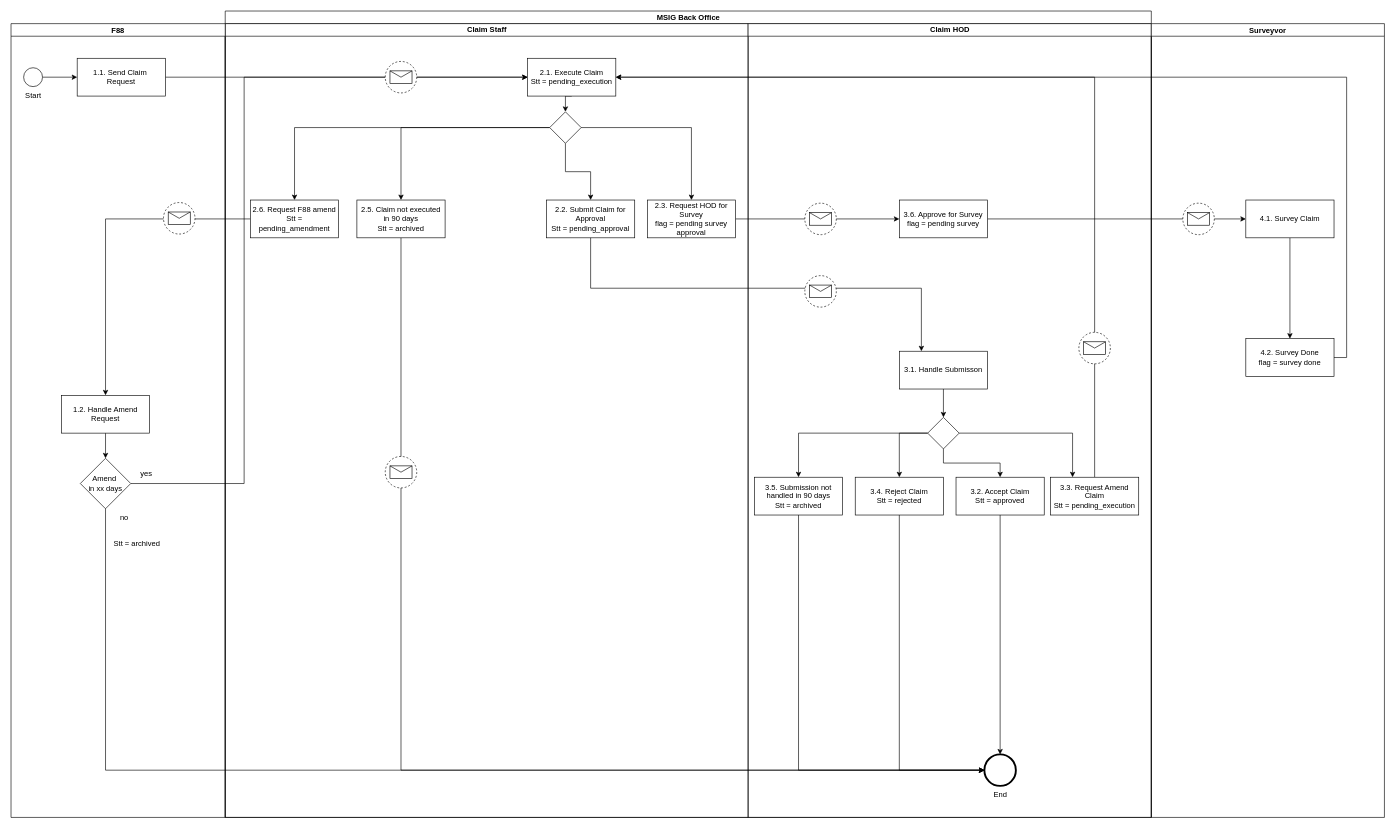
The draw.io diagram Copy of Untitled Diagram.drawio in Chris-25/Book, before the edit. Source tidied: cells renumbered, new cells numbered last; positions are measured from the earlier drawing's top-left corner, leaving out a move shared by most shapes. Both pictures are drawn from the tidied source at 63%, with x=0, y=0 at pixel (11, 11).
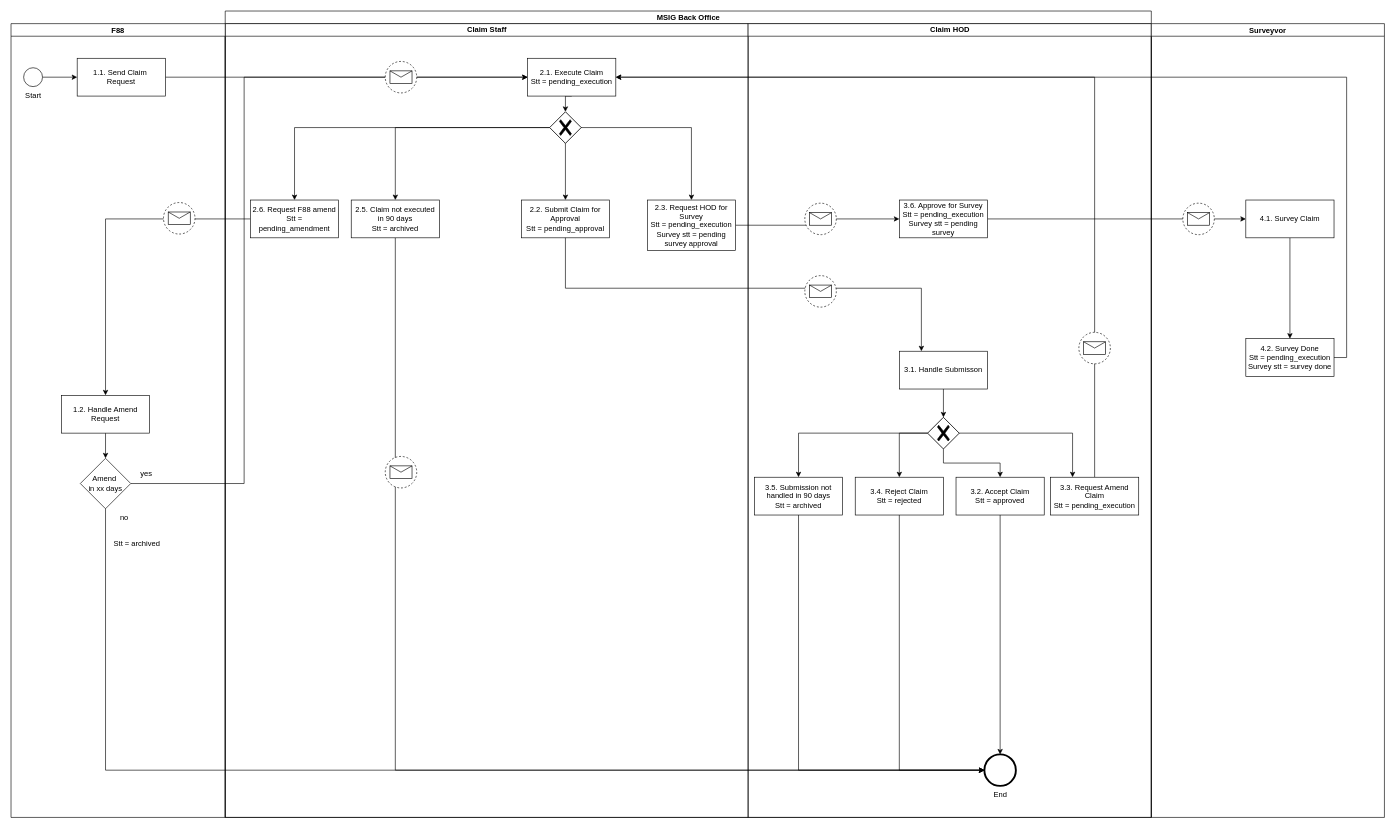
Above is the later version.

Unchanged cells that the change refers to:
```xml
<mxCell id="6" value="MSIG Back Office" style="swimlane;html=1;startSize=20;" parent="1" vertex="1">
  <mxGeometry x="340" width="1470" height="1280" as="geometry" />
</mxCell>
<mxCell id="10" value="Claim Staff" style="swimlane;html=1;startSize=20;" parent="6" vertex="1">
  <mxGeometry y="20" width="830" height="1260" as="geometry" />
</mxCell>
<mxCell id="25" value="Claim HOD" style="swimlane;html=1;startSize=20;gradientColor=none;" parent="6" vertex="1">
  <mxGeometry x="830" y="20" width="640" height="1260" as="geometry" />
</mxCell>
<mxCell id="28" value="3.1. Handle Submisson" style="rounded=0;whiteSpace=wrap;html=1;" parent="25" vertex="1">
  <mxGeometry x="240" y="520" width="140" height="60" as="geometry" />
</mxCell>
<mxCell id="56" value="Surveyvor" style="swimlane;startSize=20;" parent="1" vertex="1">
  <mxGeometry x="1810" y="20" width="370" height="1260" as="geometry" />
</mxCell>
```

Diff of the diagram source:
```diff
@@
     <mxCell id="18" value="2.5. Claim not executed &lt;br&gt;in 90 days&lt;br&gt;Stt = archived" style="rounded=0;whiteSpace=wrap;html=1;" parent="10" vertex="1">
-      <mxGeometry x="209" y="280" width="140" height="60" as="geometry" />
+      <mxGeometry x="200" y="280" width="140" height="60" as="geometry" />
     </mxCell>
-    <mxCell id="19" value="2.3. Request HOD for Survey&lt;br&gt;flag = pending survey approval" style="rounded=0;whiteSpace=wrap;html=1;" parent="10" vertex="1">
-      <mxGeometry x="670" y="280" width="140" height="60" as="geometry" />
+    <mxCell id="19" value="2.3. Request HOD for Survey&lt;br&gt;Stt = pending_execution&lt;br&gt;Survey stt = pending survey approval" style="rounded=0;whiteSpace=wrap;html=1;" parent="10" vertex="1">
+      <mxGeometry x="670" y="280" width="140" height="80" as="geometry" />
     </mxCell>
@@
     <mxCell id="21" value="2.2. Submit Claim for Approval&lt;br&gt;Stt = pending_approval" style="rounded=0;whiteSpace=wrap;html=1;" parent="10" vertex="1">
-      <mxGeometry x="510" y="280" width="140" height="60" as="geometry" />
+      <mxGeometry x="470" y="280" width="140" height="60" as="geometry" />
     </mxCell>
@@
+    <mxCell id="64" style="shape=mxgraph.bpmn.gateway2;html=1;verticalLabelPosition=bottom;labelBackgroundColor=#ffffff;verticalAlign=top;align=center;perimeter=rhombusPerimeter;outline=none;symbol=none;gwType=exclusive;" parent="10" vertex="1">
+      <mxGeometry x="515" y="140" width="50" height="50" as="geometry" />
+    </mxCell>
     <mxCell id="24" style="edgeStyle=orthogonalEdgeStyle;rounded=0;jettySize=auto;html=1;exitX=0.5;exitY=1;exitDx=0;exitDy=0;entryX=0.25;entryY=0;entryDx=0;entryDy=0;" parent="6" edge="1" source="21" target="28">
       <mxGeometry relative="1" as="geometry">
         <Array as="points">
-          <mxPoint x="580" y="440" />
+          <mxPoint x="540" y="440" />
           <mxPoint x="1105" y="440" />
         </Array>
       </mxGeometry>
     </mxCell>
@@
-    <mxCell id="26" value="3.6. Approve for Survey&lt;br&gt;flag = pending survey" style="rounded=0;whiteSpace=wrap;html=1;" parent="25" vertex="1">
+    <mxCell id="26" value="3.6. Approve for Survey&lt;br&gt;Stt = pending_execution&lt;br&gt;Survey stt = pending survey" style="rounded=0;whiteSpace=wrap;html=1;" parent="25" vertex="1">
       <mxGeometry x="240" y="280" width="140" height="60" as="geometry" />
     </mxCell>
@@
+    <mxCell id="65" style="shape=mxgraph.bpmn.gateway2;html=1;verticalLabelPosition=bottom;labelBackgroundColor=#ffffff;verticalAlign=top;align=center;perimeter=rhombusPerimeter;outline=none;symbol=none;gwType=exclusive;" parent="25" vertex="1">
+      <mxGeometry x="285" y="625" width="50" height="50" as="geometry" />
+    </mxCell>
@@
-    <mxCell id="59" value="4.2. Survey Done&lt;br&gt;flag = survey done" style="rounded=0;whiteSpace=wrap;html=1;" parent="56" vertex="1">
+    <mxCell id="59" value="4.2. Survey Done&lt;br&gt;Stt = pending_execution&lt;br&gt;Survey stt = survey done" style="rounded=0;whiteSpace=wrap;html=1;" parent="56" vertex="1">
       <mxGeometry x="150" y="500" width="140" height="60" as="geometry" />
     </mxCell>
```
